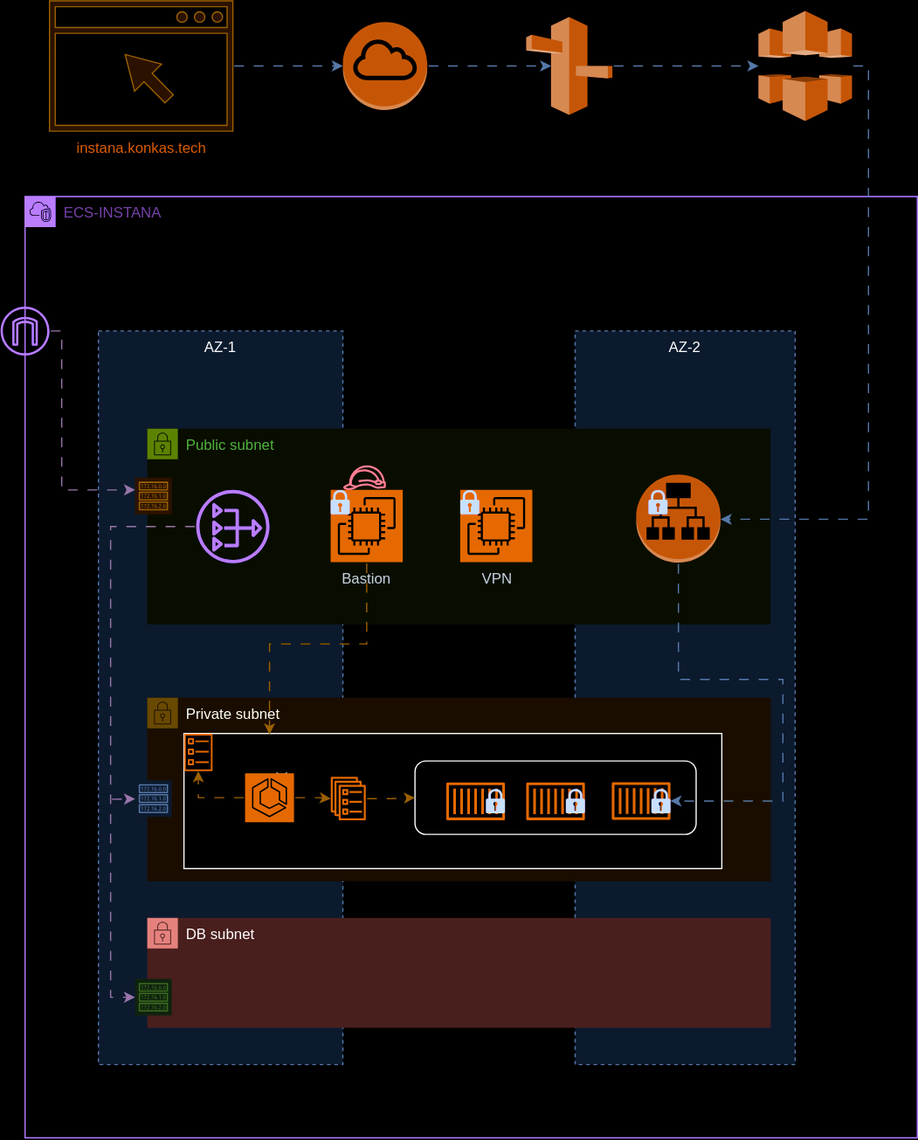
Above: images/infra.drawio.svg in ullagallu123/infra-instana-ecs (draw.io), before the change. Source tidied: cells renumbered, new cells last; positions are measured from the earlier drawing's top-left corner, leaving out a move shared by most shapes.
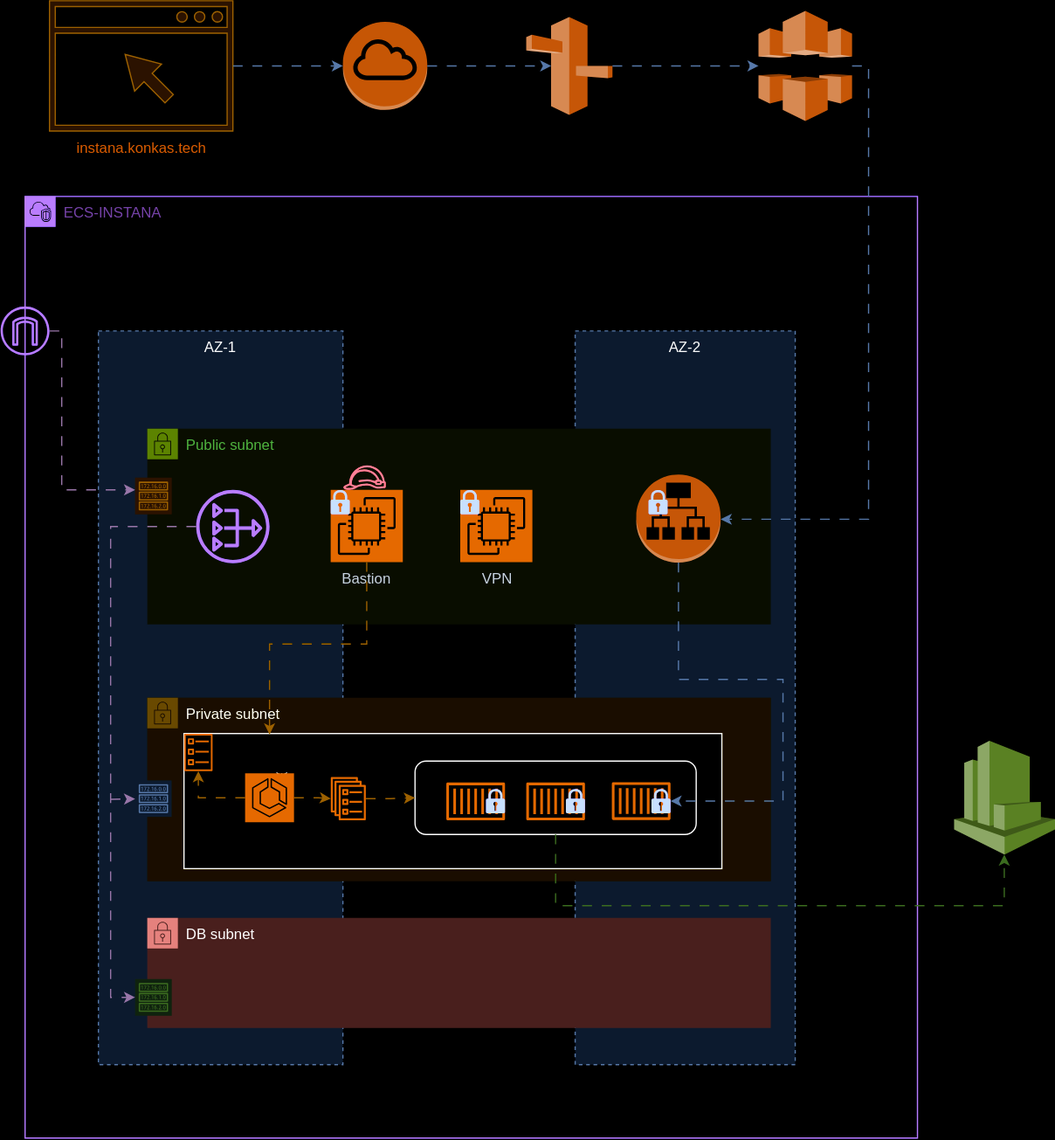
After the commit.

The edit, as a diff of the source:
```diff
@@ -173,5 +173,16 @@
     <mxCell id="47" style="edgeStyle=orthogonalEdgeStyle;rounded=0;jettySize=auto;html=1;entryX=0.29;entryY=0.5;entryDx=0;entryDy=0;entryPerimeter=0;flowAnimation=1;fillColor=#dae8fc;strokeColor=#6c8ebf;" parent="1" edge="1" source="45" target="43">
       <mxGeometry relative="1" as="geometry" />
     </mxCell>
+    <mxCell id="48" style="outlineConnect=0;dashed=0;verticalLabelPosition=bottom;verticalAlign=top;align=center;html=1;shape=mxgraph.aws3.cloudwatch;fillColor=#759C3E;gradientColor=none;" parent="1" vertex="1">
+      <mxGeometry x="780" y="605.2" width="82.5" height="93" as="geometry" />
+    </mxCell>
+    <mxCell id="49" style="edgeStyle=orthogonalEdgeStyle;rounded=0;jettySize=auto;html=1;exitX=0.5;exitY=1;exitDx=0;exitDy=0;flowAnimation=1;fillColor=#d5e8d4;strokeColor=#82b366;" parent="1" edge="1" source="14" target="48">
+      <mxGeometry relative="1" as="geometry">
+        <Array as="points">
+          <mxPoint x="454" y="740" />
+          <mxPoint x="821" y="740" />
+        </Array>
+      </mxGeometry>
+    </mxCell>
   </root>
 </mxGraphModel>
```
